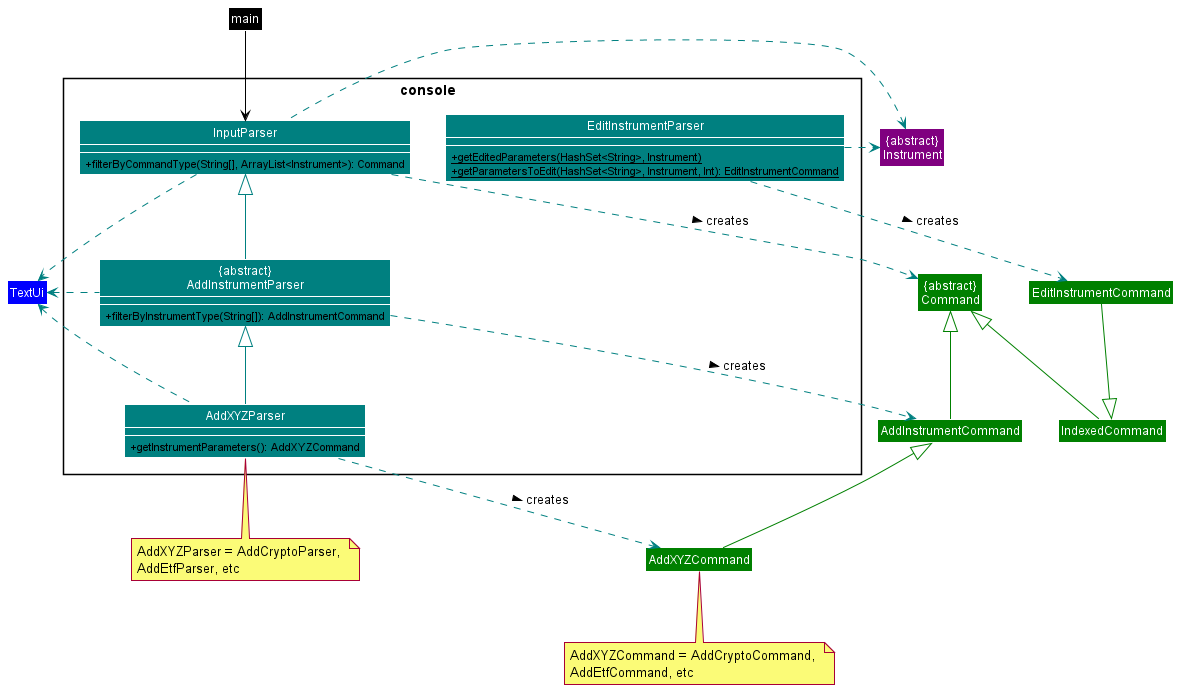
This is docs/images/ConsoleDiagram.png from williamlamjy/mTracker, a PlantUML export, as it was before one commit.
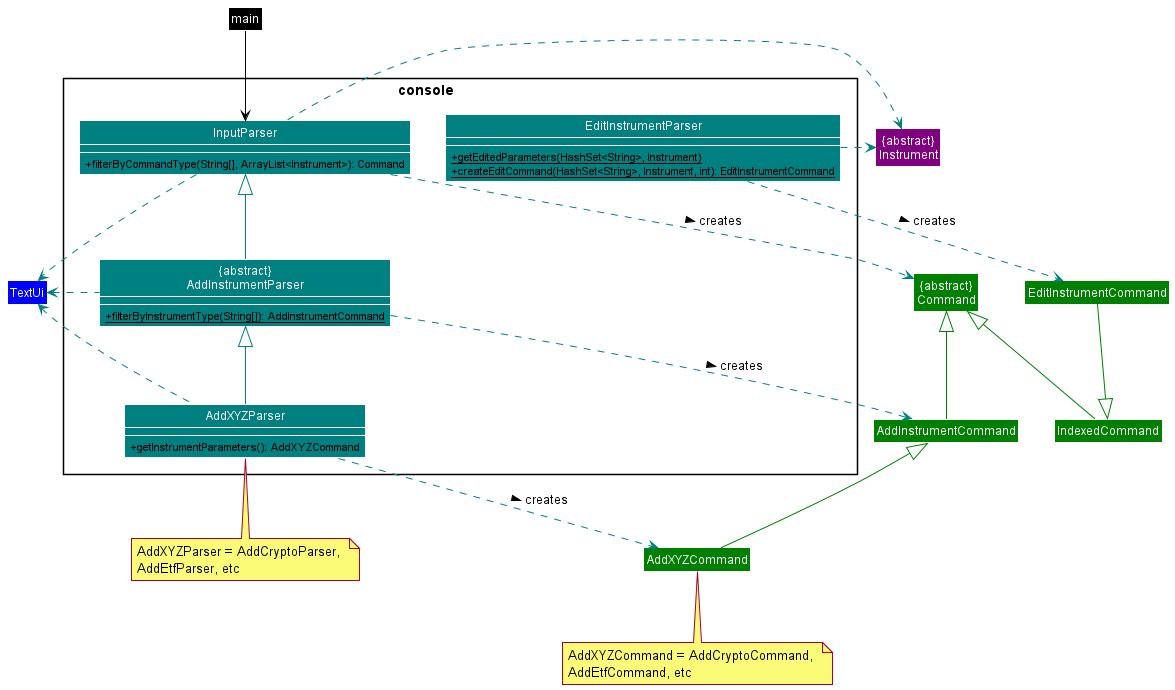
Later version of the same file.

Commit message:
Change method in editinstrumentparser class diagram

Diff of the diagram source:
```diff
@@ -9,14 +9,14 @@
         + filterByCommandType(String[], ArrayList<Instrument>): Command
     }
     Class "{abstract}\nAddInstrumentParser" as AddInstrumentParser COLOR_CONSOLE {
-        + filterByInstrumentType(String[]): AddInstrumentCommand
+        + {static} filterByInstrumentType(String[]): AddInstrumentCommand
     }
     Class AddXYZParser COLOR_CONSOLE {
         + getInstrumentParameters(): AddXYZCommand
     }
     Class EditInstrumentParser COLOR_CONSOLE {
         + {static} getEditedParameters(HashSet<String>, Instrument)
-        + {static} getParametersToEdit(HashSet<String>, Instrument, Int): EditInstrumentCommand
+        + {static} createEditCommand(HashSet<String>, Instrument, int): EditInstrumentCommand
     }
 }
 
```
